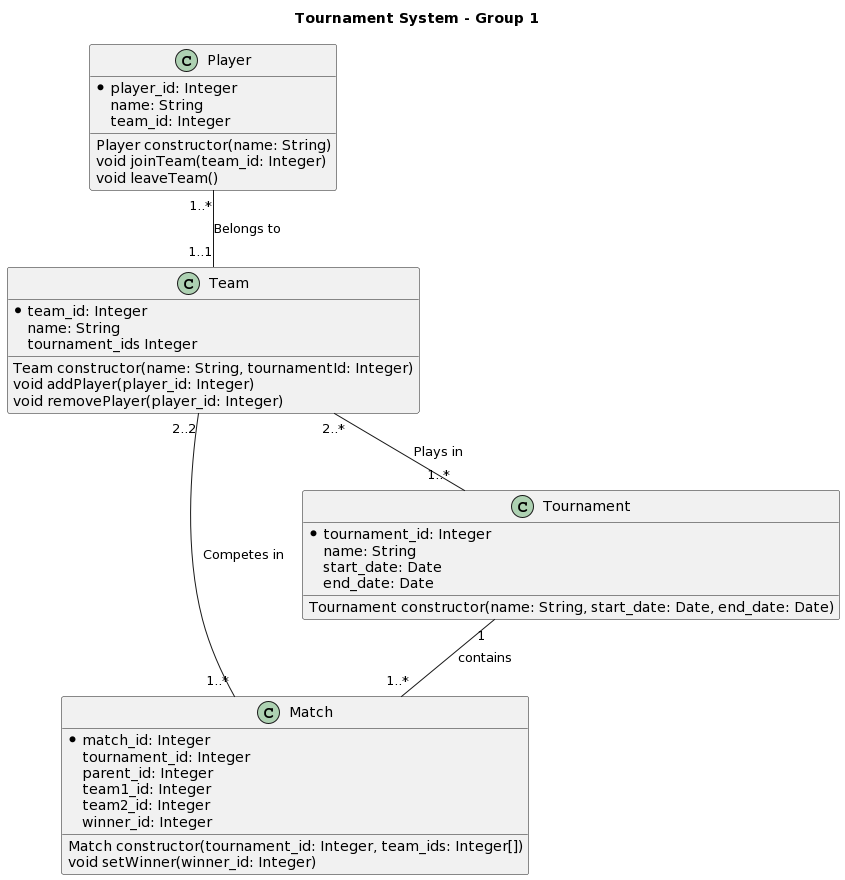
felixalbrigtsen/asura-tmdb keeps this PlantUML diagram as documentation/renders/classDiagram.png. Above is the earlier version. Its diagram source:
```plantuml
@startuml
title Tournament System - Group 1

class Match {
    *match_id: Integer
    tournament_id: Integer
    parent_id: Integer
    team1_id: Integer
    team2_id: Integer
    winner_id: Integer

    Match constructor(tournament_id: Integer, team_ids: Integer[])
    void setWinner(winner_id: Integer)
}
class Team {
    *team_id: Integer
    name: String
    tournament_ids Integer

    Team constructor(name: String, tournamentId: Integer)
    void addPlayer(player_id: Integer)
    void removePlayer(player_id: Integer)
}
class Player {
    *player_id: Integer
    name: String
    team_id: Integer


    Player constructor(name: String)
    void joinTeam(team_id: Integer)
    void leaveTeam()
}

class Tournament {
    *tournament_id: Integer
    name: String
    start_date: Date
    end_date: Date

    Tournament constructor(name: String, start_date: Date, end_date: Date)
}


Team "2..*" -- "1..*" Tournament : "Plays in"
Tournament "1" -- "1..*" Match : contains
Player "1..*" -- "1..1" Team : "Belongs to"
Team "2..2" -- "1..*" Match : "Competes in"
@enduml
```
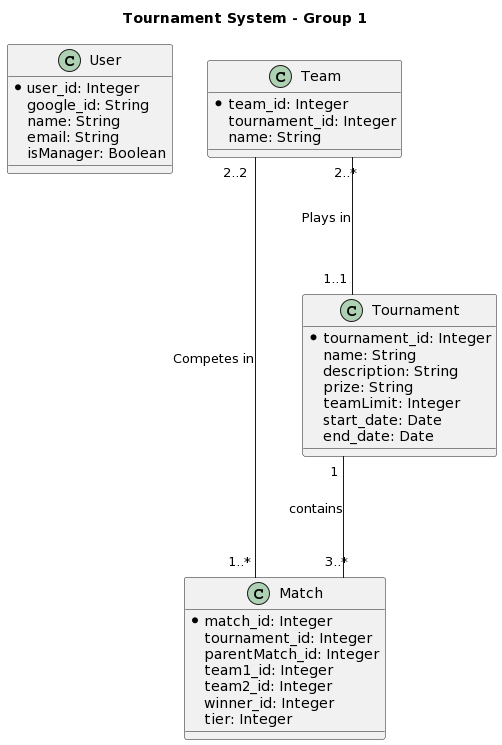
Later version of the same file.

Commit message:
Updated class diagram

Change to the diagram source:
```diff
@@ -1,49 +1,43 @@
 @startuml
+
 title Tournament System - Group 1
+skinparam Linetype ortho
+
+class User {
+    *user_id: Integer
+    google_id: String
+    name: String
+    email: String
+    isManager: Boolean
+}
 
 class Match {
     *match_id: Integer
     tournament_id: Integer
-    parent_id: Integer
+    parentMatch_id: Integer
     team1_id: Integer
     team2_id: Integer
     winner_id: Integer
-
-    Match constructor(tournament_id: Integer, team_ids: Integer[])
-    void setWinner(winner_id: Integer)
+    tier: Integer
 }
 class Team {
     *team_id: Integer
+    tournament_id: Integer
     name: String
-    tournament_ids Integer
-
-    Team constructor(name: String, tournamentId: Integer)
-    void addPlayer(player_id: Integer)
-    void removePlayer(player_id: Integer)
-}
-class Player {
-    *player_id: Integer
-    name: String
-    team_id: Integer
-
-
-    Player constructor(name: String)
-    void joinTeam(team_id: Integer)
-    void leaveTeam()
 }
 
 class Tournament {
     *tournament_id: Integer
     name: String
+    description: String
+    prize: String
+    teamLimit: Integer
     start_date: Date
     end_date: Date
-
-    Tournament constructor(name: String, start_date: Date, end_date: Date)
 }
 
 
-Team "2..*" -- "1..*" Tournament : "Plays in"
-Tournament "1" -- "1..*" Match : contains
-Player "1..*" -- "1..1" Team : "Belongs to"
-Team "2..2" -- "1..*" Match : "Competes in"
+Team "2..*" --- "1..1" Tournament : "Plays in"
+Tournament "1" --- "3..*" Match : contains
+Team "2..2" --- "1..*" Match : "Competes in"
 @enduml
```
